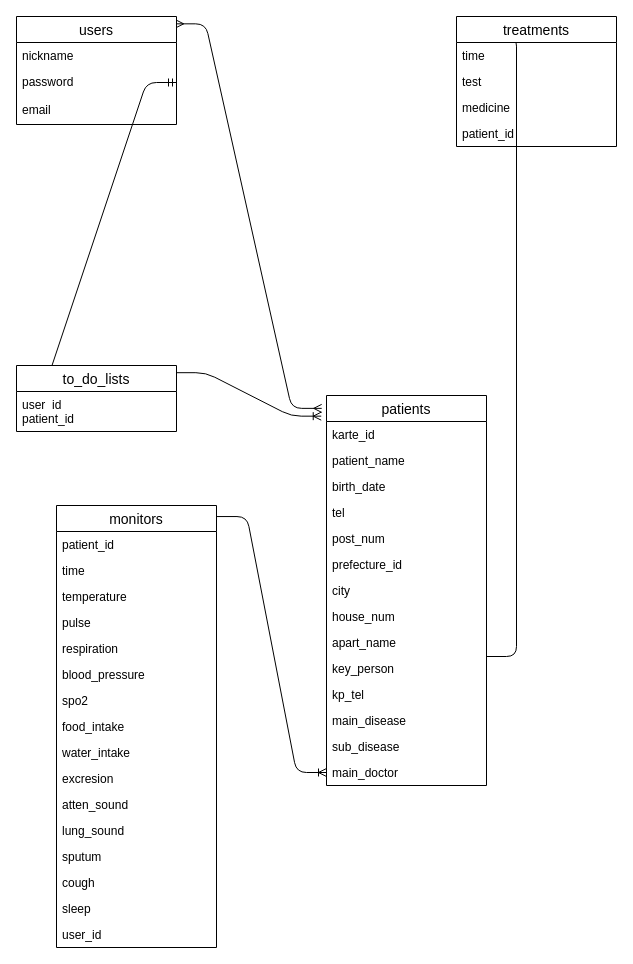
The draw.io diagram draws/ER.drawio in albion9007/karte2, before the edit. Source tidied: cells renumbered, new cells numbered last; positions are measured from the earlier drawing's top-left corner, leaving out a move shared by most shapes. Both pictures are drawn from the tidied source at 100%, with x=0, y=0 at pixel (16, 16).
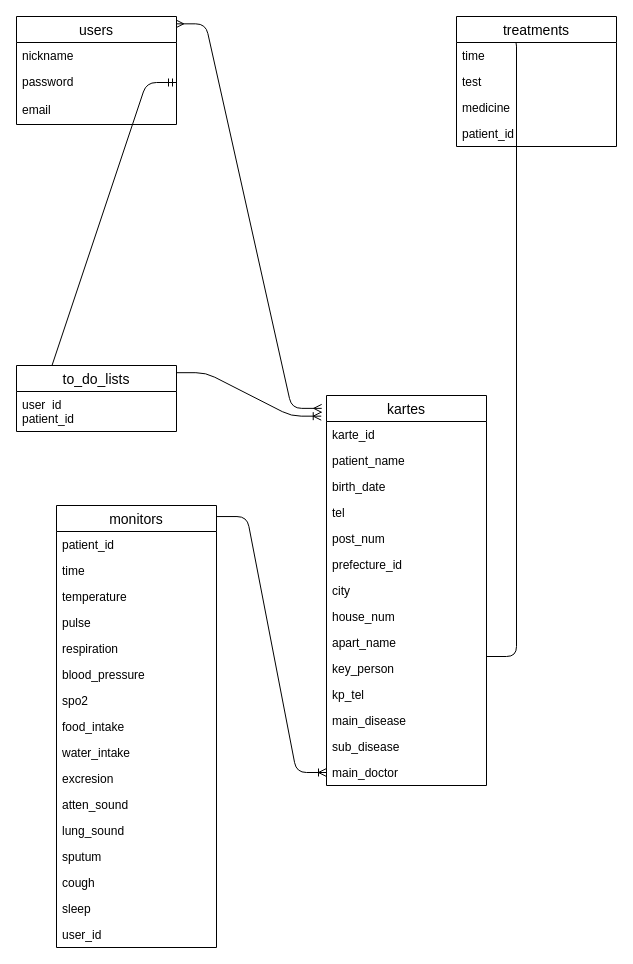
After the change.

What changed in the source:
```diff
@@
-    <mxCell id="36" value="patients" style="swimlane;fontStyle=0;horizontal=1;startSize=26;align=center;fontSize=14;" parent="1" vertex="1">
+    <mxCell id="36" value="kartes" style="swimlane;fontStyle=0;horizontal=1;startSize=26;align=center;fontSize=14;" parent="1" vertex="1">
       <mxGeometry x="310" y="379" width="160" height="390" as="geometry" />
     </mxCell>
```
